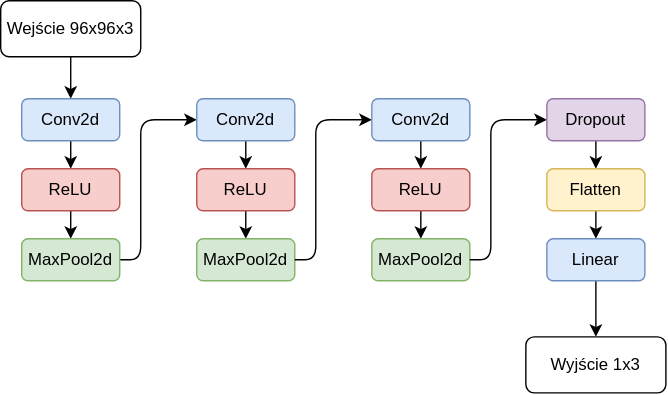
This is cnn.svg from igorsiata/ur3_chess_player, a draw.io export, as it was before one commit. Source tidied: cells renumbered, new cells last; positions are measured from the earlier drawing's top-left corner, leaving out a move shared by most shapes. The source it was exported from:
```xml
<mxGraphModel>
  <root>
    <mxCell id="0" />
    <mxCell id="1" parent="0" />
    <mxCell id="2" style="edgeStyle=none;html=1;exitX=0.5;exitY=1;exitDx=0;exitDy=0;entryX=0.5;entryY=0;entryDx=0;entryDy=0;" parent="1" edge="1" source="3" target="5">
      <mxGeometry relative="1" as="geometry" />
    </mxCell>
    <mxCell id="3" value="Wejście 96x96x3" style="rounded=1;whiteSpace=wrap;html=1;" parent="1" vertex="1">
      <mxGeometry width="100" height="40" as="geometry" />
    </mxCell>
    <mxCell id="4" style="edgeStyle=none;html=1;exitX=0.5;exitY=1;exitDx=0;exitDy=0;entryX=0.5;entryY=0;entryDx=0;entryDy=0;" parent="1" edge="1" source="5" target="7">
      <mxGeometry relative="1" as="geometry" />
    </mxCell>
    <mxCell id="5" value="Conv2d" style="rounded=1;whiteSpace=wrap;html=1;fillColor=#dae8fc;strokeColor=#6c8ebf;" parent="1" vertex="1">
      <mxGeometry x="15" y="70" width="70" height="30" as="geometry" />
    </mxCell>
    <mxCell id="6" style="edgeStyle=none;html=1;exitX=0.5;exitY=1;exitDx=0;exitDy=0;entryX=0.5;entryY=0;entryDx=0;entryDy=0;" parent="1" edge="1" source="7" target="9">
      <mxGeometry relative="1" as="geometry" />
    </mxCell>
    <mxCell id="7" value="ReLU" style="rounded=1;whiteSpace=wrap;html=1;fillColor=#f8cecc;strokeColor=#b85450;" parent="1" vertex="1">
      <mxGeometry x="15" y="120" width="70" height="30" as="geometry" />
    </mxCell>
    <mxCell id="8" style="edgeStyle=none;html=1;exitX=1;exitY=0.5;exitDx=0;exitDy=0;entryX=0;entryY=0.5;entryDx=0;entryDy=0;" parent="1" edge="1" source="9" target="11">
      <mxGeometry relative="1" as="geometry">
        <Array as="points">
          <mxPoint x="100" y="185" />
          <mxPoint x="100" y="85" />
        </Array>
      </mxGeometry>
    </mxCell>
    <mxCell id="9" value="MaxPool2d" style="rounded=1;whiteSpace=wrap;html=1;fillColor=#d5e8d4;strokeColor=#82b366;" parent="1" vertex="1">
      <mxGeometry x="15" y="170" width="70" height="30" as="geometry" />
    </mxCell>
    <mxCell id="10" style="edgeStyle=none;html=1;exitX=0.5;exitY=1;exitDx=0;exitDy=0;entryX=0.5;entryY=0;entryDx=0;entryDy=0;" parent="1" edge="1" source="11" target="13">
      <mxGeometry relative="1" as="geometry" />
    </mxCell>
    <mxCell id="11" value="Conv2d" style="rounded=1;whiteSpace=wrap;html=1;fillColor=#dae8fc;strokeColor=#6c8ebf;" parent="1" vertex="1">
      <mxGeometry x="140" y="70" width="70" height="30" as="geometry" />
    </mxCell>
    <mxCell id="12" style="edgeStyle=none;html=1;exitX=0.5;exitY=1;exitDx=0;exitDy=0;entryX=0.5;entryY=0;entryDx=0;entryDy=0;" parent="1" edge="1" source="13" target="14">
      <mxGeometry relative="1" as="geometry" />
    </mxCell>
    <mxCell id="13" value="ReLU" style="rounded=1;whiteSpace=wrap;html=1;fillColor=#f8cecc;strokeColor=#b85450;" parent="1" vertex="1">
      <mxGeometry x="140" y="120" width="70" height="30" as="geometry" />
    </mxCell>
    <mxCell id="14" value="MaxPool2d" style="rounded=1;whiteSpace=wrap;html=1;fillColor=#d5e8d4;strokeColor=#82b366;" parent="1" vertex="1">
      <mxGeometry x="140" y="170" width="70" height="30" as="geometry" />
    </mxCell>
    <mxCell id="15" style="edgeStyle=none;html=1;exitX=1;exitY=0.5;exitDx=0;exitDy=0;entryX=0;entryY=0.5;entryDx=0;entryDy=0;" parent="1" edge="1" target="17">
      <mxGeometry relative="1" as="geometry">
        <mxPoint x="210" y="185" as="sourcePoint" />
        <Array as="points">
          <mxPoint x="225" y="185" />
          <mxPoint x="225" y="85" />
        </Array>
      </mxGeometry>
    </mxCell>
    <mxCell id="16" style="edgeStyle=none;html=1;exitX=0.5;exitY=1;exitDx=0;exitDy=0;entryX=0.5;entryY=0;entryDx=0;entryDy=0;" parent="1" edge="1" source="17" target="19">
      <mxGeometry relative="1" as="geometry" />
    </mxCell>
    <mxCell id="17" value="Conv2d" style="rounded=1;whiteSpace=wrap;html=1;fillColor=#dae8fc;strokeColor=#6c8ebf;" parent="1" vertex="1">
      <mxGeometry x="265" y="70" width="70" height="30" as="geometry" />
    </mxCell>
    <mxCell id="18" style="edgeStyle=none;html=1;exitX=0.5;exitY=1;exitDx=0;exitDy=0;entryX=0.5;entryY=0;entryDx=0;entryDy=0;" parent="1" edge="1" source="19" target="20">
      <mxGeometry relative="1" as="geometry" />
    </mxCell>
    <mxCell id="19" value="ReLU" style="rounded=1;whiteSpace=wrap;html=1;fillColor=#f8cecc;strokeColor=#b85450;" parent="1" vertex="1">
      <mxGeometry x="265" y="120" width="70" height="30" as="geometry" />
    </mxCell>
    <mxCell id="20" value="MaxPool2d" style="rounded=1;whiteSpace=wrap;html=1;fillColor=#d5e8d4;strokeColor=#82b366;" parent="1" vertex="1">
      <mxGeometry x="265" y="170" width="70" height="30" as="geometry" />
    </mxCell>
    <mxCell id="21" style="edgeStyle=none;html=1;exitX=1;exitY=0.5;exitDx=0;exitDy=0;entryX=0;entryY=0.5;entryDx=0;entryDy=0;" parent="1" edge="1" target="23">
      <mxGeometry relative="1" as="geometry">
        <mxPoint x="335" y="185" as="sourcePoint" />
        <Array as="points">
          <mxPoint x="350" y="185" />
          <mxPoint x="350" y="85" />
        </Array>
      </mxGeometry>
    </mxCell>
    <mxCell id="22" style="edgeStyle=none;html=1;entryX=0.5;entryY=0;entryDx=0;entryDy=0;" parent="1" edge="1" source="23" target="25">
      <mxGeometry relative="1" as="geometry" />
    </mxCell>
    <mxCell id="23" value="Dropout" style="rounded=1;whiteSpace=wrap;html=1;fillColor=#e1d5e7;strokeColor=#9673a6;" parent="1" vertex="1">
      <mxGeometry x="390" y="70" width="70" height="30" as="geometry" />
    </mxCell>
    <mxCell id="24" style="edgeStyle=none;html=1;exitX=0.5;exitY=1;exitDx=0;exitDy=0;entryX=0.5;entryY=0;entryDx=0;entryDy=0;" parent="1" edge="1" source="25" target="27">
      <mxGeometry relative="1" as="geometry" />
    </mxCell>
    <mxCell id="25" value="Flatten" style="rounded=1;whiteSpace=wrap;html=1;fillColor=#fff2cc;strokeColor=#d6b656;" parent="1" vertex="1">
      <mxGeometry x="390" y="120" width="70" height="30" as="geometry" />
    </mxCell>
    <mxCell id="26" style="edgeStyle=none;html=1;exitX=0.5;exitY=1;exitDx=0;exitDy=0;entryX=0.5;entryY=0;entryDx=0;entryDy=0;" parent="1" edge="1" source="27" target="28">
      <mxGeometry relative="1" as="geometry" />
    </mxCell>
    <mxCell id="27" value="Linear" style="rounded=1;whiteSpace=wrap;html=1;fillColor=#dae8fc;strokeColor=#6c8ebf;" parent="1" vertex="1">
      <mxGeometry x="390" y="170" width="70" height="30" as="geometry" />
    </mxCell>
    <mxCell id="28" value="Wyjście 1x3" style="rounded=1;whiteSpace=wrap;html=1;" parent="1" vertex="1">
      <mxGeometry x="375" y="240" width="100" height="40" as="geometry" />
    </mxCell>
  </root>
</mxGraphModel>
```
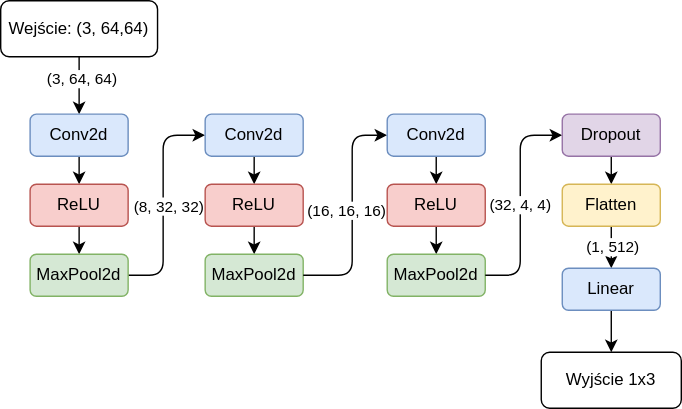
Later version of the same file.

What changed in the source:
```diff
@@ -1,60 +1,72 @@
-<mxGraphModel>
+<mxGraphModel background="#ffffff">
   <root>
     <mxCell id="0" />
     <mxCell id="1" parent="0" />
     <mxCell id="2" style="edgeStyle=none;html=1;exitX=0.5;exitY=1;exitDx=0;exitDy=0;entryX=0.5;entryY=0;entryDx=0;entryDy=0;" parent="1" edge="1" source="3" target="5">
       <mxGeometry relative="1" as="geometry" />
     </mxCell>
+    <mxCell id="29" value="(3, 64, 64)" style="edgeLabel;html=1;align=center;verticalAlign=middle;" parent="2" vertex="1">
+      <mxGeometry x="-0.27" y="1" relative="1" as="geometry" />
+    </mxCell>
-    <mxCell id="3" value="Wejście 96x96x3" style="rounded=1;whiteSpace=wrap;html=1;" parent="1" vertex="1">
-      <mxGeometry width="100" height="40" as="geometry" />
+    <mxCell id="3" value="Wejście: (3, 64,64)" style="rounded=1;whiteSpace=wrap;html=1;" parent="1" vertex="1">
+      <mxGeometry x="-11" y="-11" width="112" height="40" as="geometry" />
     </mxCell>
     <mxCell id="4" style="edgeStyle=none;html=1;exitX=0.5;exitY=1;exitDx=0;exitDy=0;entryX=0.5;entryY=0;entryDx=0;entryDy=0;" parent="1" edge="1" source="5" target="7">
       <mxGeometry relative="1" as="geometry" />
     </mxCell>
     <mxCell id="5" value="Conv2d" style="rounded=1;whiteSpace=wrap;html=1;fillColor=#dae8fc;strokeColor=#6c8ebf;" parent="1" vertex="1">
-      <mxGeometry x="15" y="70" width="70" height="30" as="geometry" />
+      <mxGeometry x="10" y="70" width="70" height="30" as="geometry" />
     </mxCell>
     <mxCell id="6" style="edgeStyle=none;html=1;exitX=0.5;exitY=1;exitDx=0;exitDy=0;entryX=0.5;entryY=0;entryDx=0;entryDy=0;" parent="1" edge="1" source="7" target="9">
       <mxGeometry relative="1" as="geometry" />
     </mxCell>
     <mxCell id="7" value="ReLU" style="rounded=1;whiteSpace=wrap;html=1;fillColor=#f8cecc;strokeColor=#b85450;" parent="1" vertex="1">
-      <mxGeometry x="15" y="120" width="70" height="30" as="geometry" />
+      <mxGeometry x="10" y="120" width="70" height="30" as="geometry" />
     </mxCell>
     <mxCell id="8" style="edgeStyle=none;html=1;exitX=1;exitY=0.5;exitDx=0;exitDy=0;entryX=0;entryY=0.5;entryDx=0;entryDy=0;" parent="1" edge="1" source="9" target="11">
       <mxGeometry relative="1" as="geometry">
         <Array as="points">
-          <mxPoint x="100" y="185" />
-          <mxPoint x="100" y="85" />
+          <mxPoint x="105" y="185" />
+          <mxPoint x="105" y="85" />
         </Array>
       </mxGeometry>
     </mxCell>
+    <mxCell id="30" value="(8, 32, 32)" style="edgeLabel;html=1;align=center;verticalAlign=middle;" parent="8" vertex="1">
+      <mxGeometry x="0.01" y="1" relative="1" as="geometry">
+        <mxPoint x="4" y="3" as="offset" />
+      </mxGeometry>
+    </mxCell>
     <mxCell id="9" value="MaxPool2d" style="rounded=1;whiteSpace=wrap;html=1;fillColor=#d5e8d4;strokeColor=#82b366;" parent="1" vertex="1">
-      <mxGeometry x="15" y="170" width="70" height="30" as="geometry" />
+      <mxGeometry x="10" y="170" width="70" height="30" as="geometry" />
     </mxCell>
     <mxCell id="10" style="edgeStyle=none;html=1;exitX=0.5;exitY=1;exitDx=0;exitDy=0;entryX=0.5;entryY=0;entryDx=0;entryDy=0;" parent="1" edge="1" source="11" target="13">
       <mxGeometry relative="1" as="geometry" />
     </mxCell>
     <mxCell id="11" value="Conv2d" style="rounded=1;whiteSpace=wrap;html=1;fillColor=#dae8fc;strokeColor=#6c8ebf;" parent="1" vertex="1">
-      <mxGeometry x="140" y="70" width="70" height="30" as="geometry" />
+      <mxGeometry x="135" y="70" width="70" height="30" as="geometry" />
     </mxCell>
     <mxCell id="12" style="edgeStyle=none;html=1;exitX=0.5;exitY=1;exitDx=0;exitDy=0;entryX=0.5;entryY=0;entryDx=0;entryDy=0;" parent="1" edge="1" source="13" target="14">
       <mxGeometry relative="1" as="geometry" />
     </mxCell>
     <mxCell id="13" value="ReLU" style="rounded=1;whiteSpace=wrap;html=1;fillColor=#f8cecc;strokeColor=#b85450;" parent="1" vertex="1">
-      <mxGeometry x="140" y="120" width="70" height="30" as="geometry" />
+      <mxGeometry x="135" y="120" width="70" height="30" as="geometry" />
     </mxCell>
     <mxCell id="14" value="MaxPool2d" style="rounded=1;whiteSpace=wrap;html=1;fillColor=#d5e8d4;strokeColor=#82b366;" parent="1" vertex="1">
-      <mxGeometry x="140" y="170" width="70" height="30" as="geometry" />
+      <mxGeometry x="135" y="170" width="70" height="30" as="geometry" />
     </mxCell>
-    <mxCell id="15" style="edgeStyle=none;html=1;exitX=1;exitY=0.5;exitDx=0;exitDy=0;entryX=0;entryY=0.5;entryDx=0;entryDy=0;" parent="1" edge="1" target="17">
+    <mxCell id="15" style="edgeStyle=none;html=1;exitX=1;exitY=0.5;exitDx=0;exitDy=0;entryX=0;entryY=0.5;entryDx=0;entryDy=0;" parent="1" edge="1" source="14" target="17">
       <mxGeometry relative="1" as="geometry">
-        <mxPoint x="210" y="185" as="sourcePoint" />
         <Array as="points">
-          <mxPoint x="225" y="185" />
-          <mxPoint x="225" y="85" />
+          <mxPoint x="240" y="185" />
+          <mxPoint x="240" y="85" />
         </Array>
       </mxGeometry>
     </mxCell>
+    <mxCell id="31" value="(16, 16, 16)" style="edgeLabel;html=1;align=center;verticalAlign=middle;" parent="15" vertex="1">
+      <mxGeometry x="0.01" y="-1" relative="1" as="geometry">
+        <mxPoint x="-6" y="-1" as="offset" />
+      </mxGeometry>
+    </mxCell>
     <mxCell id="16" style="edgeStyle=none;html=1;exitX=0.5;exitY=1;exitDx=0;exitDy=0;entryX=0.5;entryY=0;entryDx=0;entryDy=0;" parent="1" edge="1" source="17" target="19">
       <mxGeometry relative="1" as="geometry" />
     </mxCell>
@@ -74,11 +86,14 @@
       <mxGeometry relative="1" as="geometry">
         <mxPoint x="335" y="185" as="sourcePoint" />
         <Array as="points">
-          <mxPoint x="350" y="185" />
-          <mxPoint x="350" y="85" />
+          <mxPoint x="360" y="185" />
+          <mxPoint x="360" y="85" />
         </Array>
       </mxGeometry>
     </mxCell>
+    <mxCell id="32" value="(32, 4, 4)" style="edgeLabel;html=1;align=center;verticalAlign=middle;" parent="21" vertex="1">
+      <mxGeometry x="-0.02" y="1" relative="1" as="geometry" />
+    </mxCell>
     <mxCell id="22" style="edgeStyle=none;html=1;entryX=0.5;entryY=0;entryDx=0;entryDy=0;" parent="1" edge="1" source="23" target="25">
       <mxGeometry relative="1" as="geometry" />
     </mxCell>
@@ -88,6 +103,9 @@
     <mxCell id="24" style="edgeStyle=none;html=1;exitX=0.5;exitY=1;exitDx=0;exitDy=0;entryX=0.5;entryY=0;entryDx=0;entryDy=0;" parent="1" edge="1" source="25" target="27">
       <mxGeometry relative="1" as="geometry" />
     </mxCell>
+    <mxCell id="33" value="(1, 512)" style="edgeLabel;html=1;align=center;verticalAlign=middle;" parent="24" vertex="1">
+      <mxGeometry x="-0.06" relative="1" as="geometry" />
+    </mxCell>
     <mxCell id="25" value="Flatten" style="rounded=1;whiteSpace=wrap;html=1;fillColor=#fff2cc;strokeColor=#d6b656;" parent="1" vertex="1">
       <mxGeometry x="390" y="120" width="70" height="30" as="geometry" />
     </mxCell>
@@ -95,7 +113,7 @@
       <mxGeometry relative="1" as="geometry" />
     </mxCell>
     <mxCell id="27" value="Linear" style="rounded=1;whiteSpace=wrap;html=1;fillColor=#dae8fc;strokeColor=#6c8ebf;" parent="1" vertex="1">
-      <mxGeometry x="390" y="170" width="70" height="30" as="geometry" />
+      <mxGeometry x="390" y="180" width="70" height="30" as="geometry" />
     </mxCell>
     <mxCell id="28" value="Wyjście 1x3" style="rounded=1;whiteSpace=wrap;html=1;" parent="1" vertex="1">
       <mxGeometry x="375" y="240" width="100" height="40" as="geometry" />
```
